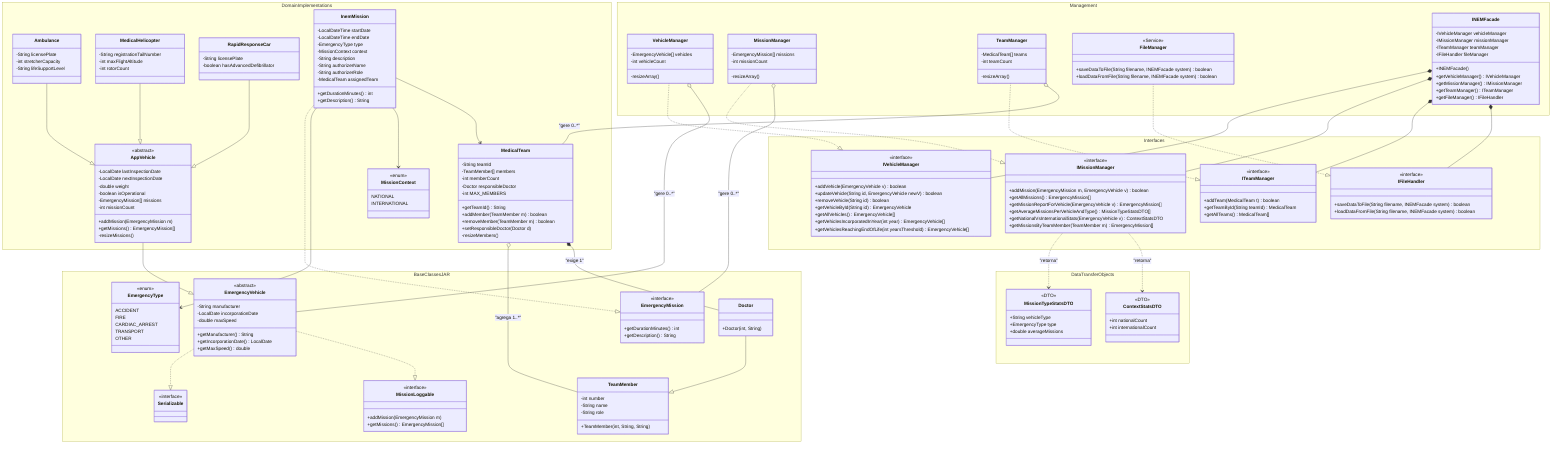
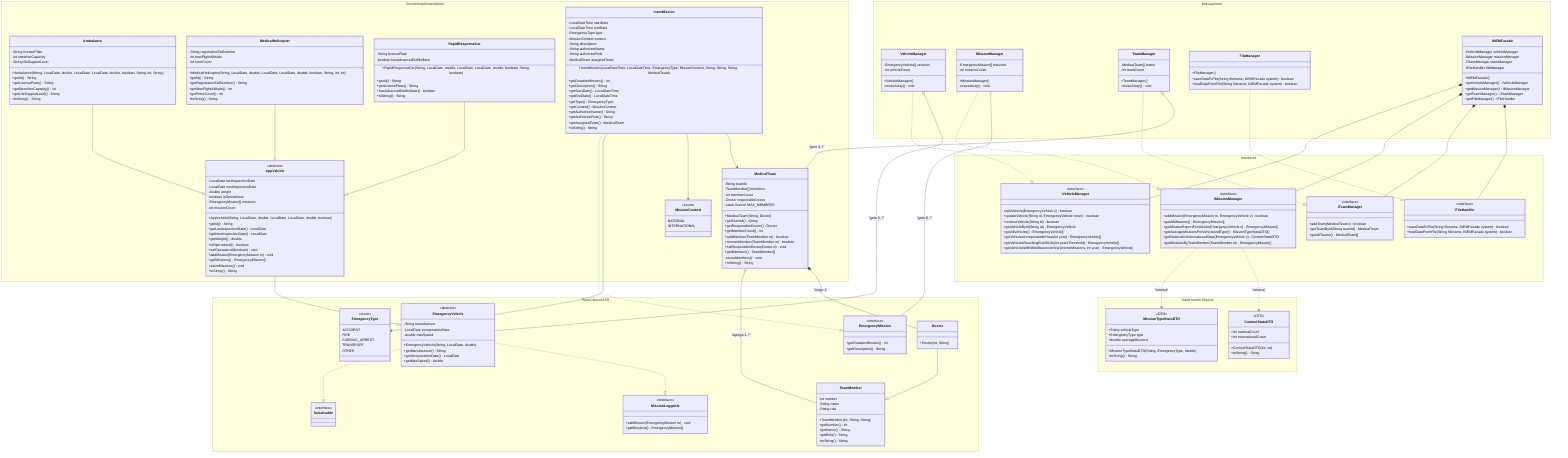
classDiagram
    direction TB

-     %% ==========================================
-     %% 1. CLASSES BASE (JAR INEMBASE - INTOCÁVEIS)
-     %% ==========================================
    namespace BaseClassesJAR {
        class EmergencyVehicle {
            <<abstract>>
            -String manufacturer
            -LocalDate incorporationDate
            -double maxSpeed
+             +EmergencyVehicle(String, LocalDate, double)
            +getManufacturer() String
            +getIncorporationDate() LocalDate
            +getMaxSpeed() double
        }

        class EmergencyMission {
            <<interface>>
            +getDurationMinutes() int
            +getDescription() String
        }

        class MissionLoggable {
            <<interface>>
-             +addMission(EmergencyMission m)
+             +addMission(EmergencyMission m) void
            +getMissions() EmergencyMission[]
        }

        class TeamMember {
            -int number
            -String name
            -String role
            +TeamMember(int, String, String)
+             +getNumber() int
+             +getName() String
+             +getRole() String
+             +toString() String
        }

        class Doctor {
            +Doctor(int, String)
        }

        class EmergencyType {
            <<enum>>
            ACCIDENT
            FIRE
            CARDIAC_ARREST
            TRANSPORT
            OTHER
        }

        class Serializable {
            <<interface>>
        }
    }

-     %% ==========================================
-     %% 2. CLASSES DE DOMÍNIO (A VOSSA IMPLEMENTAÇÃO)
-     %% ==========================================
    namespace DomainImplementations {
+ 
        class MissionContext {
            <<enum>>
            NATIONAL
            INTERNATIONAL
        }

        class AppVehicle {
            <<abstract>>
            -LocalDate lastInspectionDate
            -LocalDate nextInspectionDate
            -double weight
            -boolean isOperational
            -EmergencyMission[] missions
            -int missionCount
-             +addMission(EmergencyMission m)
+             +AppVehicle(String, LocalDate, double, LocalDate, LocalDate, double, boolean)
+             +getId() String*
+             +getLastInspectionDate() LocalDate
+             +getNextInspectionDate() LocalDate
+             +getWeight() double
+             +isOperational() boolean
+             +setOperational(boolean) void
+             +addMission(EmergencyMission m) void
            +getMissions() EmergencyMission[]
-             -resizeMissions()
+             -resizeMissions() void
+             +toString() String
        }

        class Ambulance {
            -String licensePlate
            -int stretcherCapacity
            -String lifeSupportLevel
+             +Ambulance(String, LocalDate, double, LocalDate, LocalDate, double, boolean, String, int, String)
+             +getId() String
+             +getLicensePlate() String
+             +getStretcherCapacity() int
+             +getLifeSupportLevel() String
+             +toString() String
        }

        class MedicalHelicopter {
            -String registrationTailNumber
            -int maxFlightAltitude
            -int rotorCount
+             +MedicalHelicopter(String, LocalDate, double, LocalDate, LocalDate, double, boolean, String, int, int)
+             +getId() String
+             +getRegistrationTailNumber() String
+             +getMaxFlightAltitude() int
+             +getRotorCount() int
+             +toString() String
        }

        class RapidResponseCar {
            -String licensePlate
            -boolean hasAdvancedDefibrillator
+             +RapidResponseCar(String, LocalDate, double, LocalDate, LocalDate, double, boolean, String, boolean)
+             +getId() String
+             +getLicensePlate() String
+             +hasAdvancedDefibrillator() boolean
+             +toString() String
        }

        class InemMission {
            -LocalDateTime startDate
            -LocalDateTime endDate
            -EmergencyType type
            -MissionContext context
            -String description
            -String authorizerName
            -String authorizerRole
            -MedicalTeam assignedTeam
+             +InemMission(LocalDateTime, LocalDateTime, EmergencyType, MissionContext, String, String, String, MedicalTeam)
            +getDurationMinutes() int
            +getDescription() String
+             +getStartDate() LocalDateTime
+             +getEndDate() LocalDateTime
+             +getType() EmergencyType
+             +getContext() MissionContext
+             +getAuthorizerName() String
+             +getAuthorizerRole() String
+             +getAssignedTeam() MedicalTeam
+             +toString() String
        }

        class MedicalTeam {
            -String teamId
            -TeamMember[] members
            -int memberCount
            -Doctor responsibleDoctor
-             -int MAX_MEMBERS
+             -static final int MAX_MEMBERS
+             +MedicalTeam(String, Doctor)
            +getTeamId() String
+             +getResponsibleDoctor() Doctor
+             +getMemberCount() int
            +addMember(TeamMember m) boolean
            +removeMember(TeamMember m) boolean
-             +setResponsibleDoctor(Doctor d)
-             -resizeMembers()
-         }
-     }
- 
-     %% ==========================================
-     %% 3. OBJETOS DE TRANSFERÊNCIA (DTOs)
-     %% ==========================================
+             +setResponsibleDoctor(Doctor d) void
+             +getMembers() TeamMember[]
+             -resizeMembers() void
+             +toString() String
+         }
+     }
+ 
    namespace DataTransferObjects {
        class MissionTypeStatsDTO {
            <<DTO>>
            +String vehicleType
            +EmergencyType type
            +double averageMissions
+             +MissionTypeStatsDTO(String, EmergencyType, double)
+             +toString() String
        }

        class ContextStatsDTO {
            <<DTO>>
            +int nationalCount
            +int internationalCount
-         }
-     }
- 
-     %% ==========================================
-     %% 4. INTERFACES (CONTRATOS CRUD E RELATÓRIOS)
-     %% ==========================================
+             +ContextStatsDTO(int, int)
+             +toString() String
+         }
+     }
+ 
    namespace Interfaces {
        class IVehicleManager {
            <<interface>>
            +addVehicle(EmergencyVehicle v) boolean
            +updateVehicle(String id, EmergencyVehicle newV) boolean
            +removeVehicle(String id) boolean
            +getVehicleById(String id) EmergencyVehicle
            +getAllVehicles() EmergencyVehicle[]
            +getVehiclesIncorporatedInYear(int year) EmergencyVehicle[]
            +getVehiclesReachingEndOfLife(int yearsThreshold) EmergencyVehicle[]
+             +getVehiclesWithMinMissionsInYear(int minMissions, int year) EmergencyVehicle[]
        }

        class IMissionManager {
            <<interface>>
            +addMission(EmergencyMission m, EmergencyVehicle v) boolean
            +getAllMissions() EmergencyMission[]
            +getMissionReportForVehicle(EmergencyVehicle v) EmergencyMission[]
            +getAverageMissionsPerVehicleAndType() MissionTypeStatsDTO[]
            +getNationalVsInternationalStats(EmergencyVehicle v) ContextStatsDTO
            +getMissionsByTeamMember(TeamMember m) EmergencyMission[]
        }

        class ITeamManager {
            <<interface>>
            +addTeam(MedicalTeam t) boolean
            +getTeamById(String teamId) MedicalTeam
            +getAllTeams() MedicalTeam[]
        }

        class IFileHandler {
            <<interface>>
            +saveDataToFile(String filename, INEMFacade system) boolean
            +loadDataFromFile(String filename, INEMFacade system) boolean
        }
    }

-     %% ==========================================
-     %% 5. CLASSES DE GESTÃO (MANAGERS & FACADE)
-     %% ==========================================
    namespace Management {
        class VehicleManager {
            -EmergencyVehicle[] vehicles
            -int vehicleCount
-             -resizeArray()
+             +VehicleManager()
+             -resizeArray() void
        }

        class MissionManager {
            -EmergencyMission[] missions
            -int missionCount
-             -resizeArray()
+             +MissionManager()
+             -resizeArray() void
        }

        class TeamManager {
            -MedicalTeam[] teams
            -int teamCount
-             -resizeArray()
+             +TeamManager()
+             -resizeArray() void
        }

        class FileManager {
-             <<Service>>
+             +FileManager()
            +saveDataToFile(String filename, INEMFacade system) boolean
            +loadDataFromFile(String filename, INEMFacade system) boolean
        }

        class INEMFacade {
            -IVehicleManager vehicleManager
            -IMissionManager missionManager
            -ITeamManager teamManager
            -IFileHandler fileManager
            +INEMFacade()
            +getVehicleManager() IVehicleManager
            +getMissionManager() IMissionManager
            +getTeamManager() ITeamManager
            +getFileManager() IFileHandler
        }
    }

-     %% ==========================================
-     %% RELACIONAMENTOS E LIGAÇÕES
-     %% ==========================================
- 
-     %% Heranças e Implementações (Base JAR)
    EmergencyVehicle ..|> Serializable
    EmergencyVehicle ..|> MissionLoggable
    Doctor --|> TeamMember

-     %% Heranças e Implementações (Domínio)
    AppVehicle --|> EmergencyVehicle
    Ambulance --|> AppVehicle
    MedicalHelicopter --|> AppVehicle
    RapidResponseCar --|> AppVehicle
+ 
    InemMission ..|> EmergencyMission

-     %% Implementação de Interfaces (Managers)
    VehicleManager ..|> IVehicleManager
    MissionManager ..|> IMissionManager
    TeamManager ..|> ITeamManager
    FileManager ..|> IFileHandler

-     %% Associações e Composições (Domínio)
    MedicalTeam o-- TeamMember : "agrega 1..*"
    MedicalTeam *-- Doctor : "exige 1"
- 
    InemMission --> EmergencyType
    InemMission --> MissionContext
    InemMission --> MedicalTeam

-     %% Composições da Facade
    INEMFacade *-- IVehicleManager
    INEMFacade *-- IMissionManager
    INEMFacade *-- ITeamManager
    INEMFacade *-- IFileHandler

-     %% Agregações dos Managers (Arrays de estado)
    VehicleManager o-- EmergencyVehicle : "gere 0..*"
    MissionManager o-- EmergencyMission : "gere 0..*"
    TeamManager o-- MedicalTeam : "gere 0..*"

-     %% Dependências de Retorno (DTOs)
    IMissionManager ..> MissionTypeStatsDTO : "retorna"
    IMissionManager ..> ContextStatsDTO : "retorna"